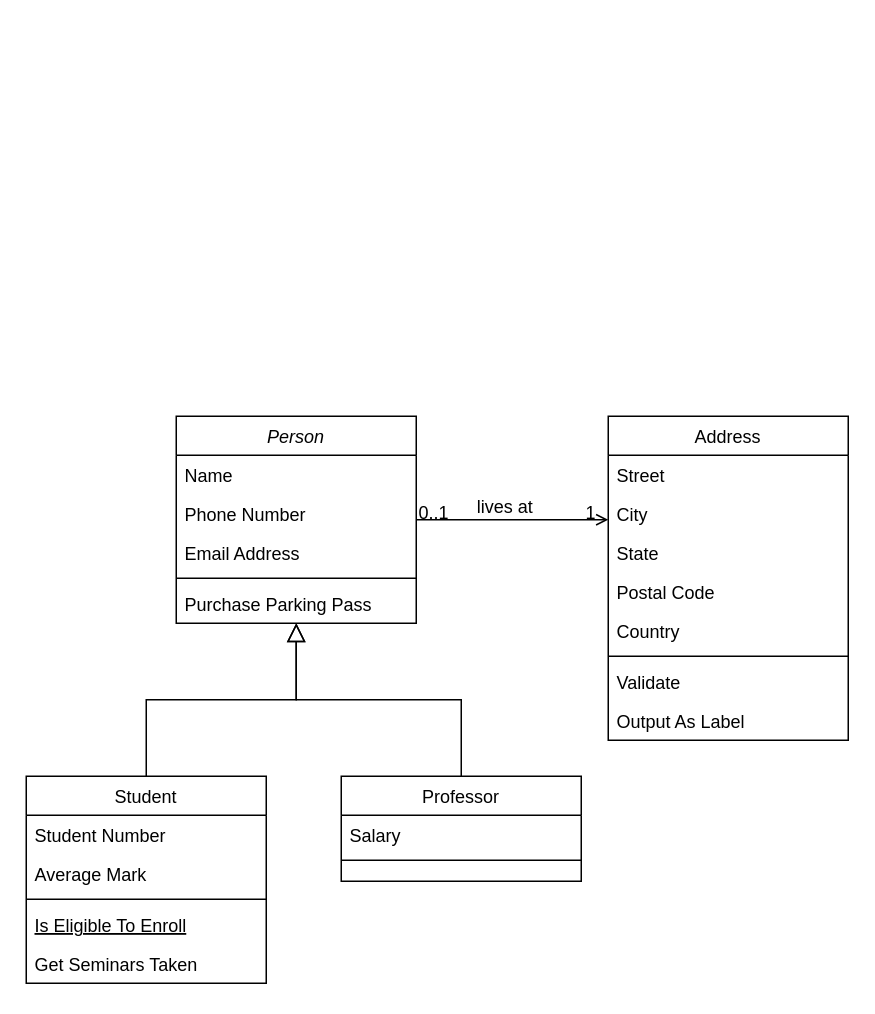
ABHINAV1418/uml keeps this draw.io diagram as Untitled Diagram.drawio. Above is the earlier version. Source tidied: cells renumbered, new cells numbered last; positions are measured from the earlier drawing's top-left corner, leaving out a move shared by most shapes. Both pictures are drawn from the tidied source at 150%, with x=0, y=0 at pixel (26, 416).
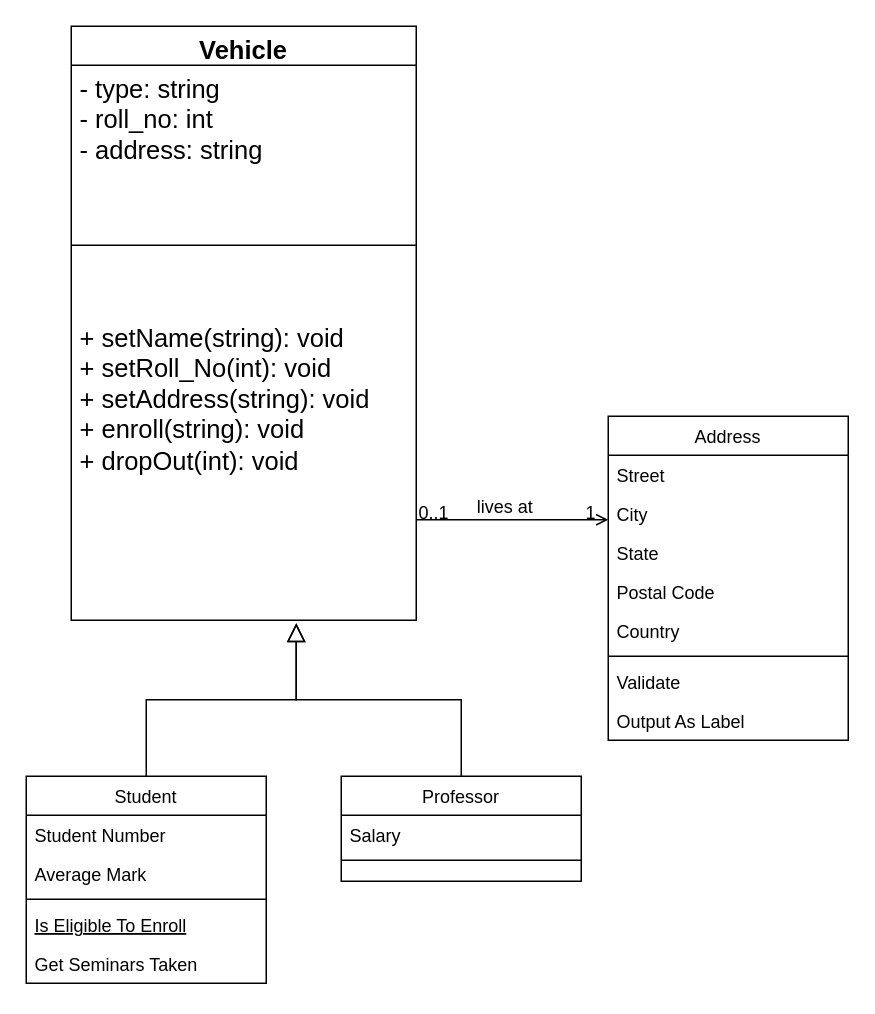
Above is the later version.

Unchanged cells that the change refers to:
```xml
<mxCell id="8" value="Student" style="swimlane;fontStyle=0;align=center;verticalAlign=top;horizontal=1;startSize=26;rounded=0;shadow=0;strokeWidth=1;" parent="1" vertex="1">
  <mxGeometry y="240" width="160" height="138" as="geometry" />
</mxCell>
<mxCell id="15" value="Professor" style="swimlane;fontStyle=0;align=center;verticalAlign=top;horizontal=1;startSize=26;rounded=0;shadow=0;strokeWidth=1;" parent="1" vertex="1">
  <mxGeometry x="210" y="240" width="160" height="70" as="geometry" />
</mxCell>
<mxCell id="19" value="Address" style="swimlane;fontStyle=0;align=center;verticalAlign=top;horizontal=1;startSize=26;rounded=0;shadow=0;strokeWidth=1;" parent="1" vertex="1">
  <mxGeometry x="388" width="160" height="216" as="geometry" />
</mxCell>
```

Diff of the diagram source:
```diff
@@
-    <mxCell id="2" value="Person" style="swimlane;fontStyle=2;align=center;verticalAlign=top;horizontal=1;startSize=26;rounded=0;shadow=0;strokeWidth=1;" parent="1" vertex="1">
-      <mxGeometry x="100" width="160" height="138" as="geometry" />
-    </mxCell>
-    <mxCell id="3" value="Name" style="text;align=left;verticalAlign=top;spacingLeft=4;spacingRight=4;overflow=hidden;" parent="2" vertex="1">
-      <mxGeometry y="26" width="160" height="26" as="geometry" />
-    </mxCell>
-    <mxCell id="4" value="Phone Number" style="text;align=left;verticalAlign=top;spacingLeft=4;spacingRight=4;overflow=hidden;rounded=0;shadow=0;html=0;" parent="2" vertex="1">
-      <mxGeometry y="52" width="160" height="26" as="geometry" />
-    </mxCell>
-    <mxCell id="5" value="Email Address" style="text;align=left;verticalAlign=top;spacingLeft=4;spacingRight=4;overflow=hidden;rounded=0;shadow=0;html=0;" parent="2" vertex="1">
-      <mxGeometry y="78" width="160" height="26" as="geometry" />
-    </mxCell>
-    <mxCell id="6" style="line;html=1;strokeWidth=1;align=left;verticalAlign=middle;spacingTop=-1;spacingLeft=3;spacingRight=3;labelPosition=right;" parent="2" vertex="1">
-      <mxGeometry y="104" width="160" height="8" as="geometry" />
-    </mxCell>
-    <mxCell id="7" value="Purchase Parking Pass" style="text;align=left;verticalAlign=top;spacingLeft=4;spacingRight=4;overflow=hidden;" parent="2" vertex="1">
-      <mxGeometry y="112" width="160" height="26" as="geometry" />
-    </mxCell>
@@
-    <mxCell id="14" style="endArrow=block;endSize=10;endFill=0;shadow=0;strokeWidth=1;rounded=0;curved=0;edgeStyle=elbowEdgeStyle;elbow=vertical;" parent="1" edge="1" source="8" target="2">
-      <mxGeometry relative="1" as="geometry" />
+    <mxCell id="14" style="endArrow=block;endSize=10;endFill=0;shadow=0;strokeWidth=1;rounded=0;curved=0;edgeStyle=elbowEdgeStyle;elbow=vertical;" parent="1" edge="1" source="8">
+      <mxGeometry relative="1" as="geometry">
+        <mxPoint x="180" y="138" as="targetPoint" />
+      </mxGeometry>
     </mxCell>
@@
-    <mxCell id="18" style="endArrow=block;endSize=10;endFill=0;shadow=0;strokeWidth=1;rounded=0;curved=0;edgeStyle=elbowEdgeStyle;elbow=vertical;" parent="1" edge="1" source="15" target="2">
-      <mxGeometry relative="1" as="geometry" />
+    <mxCell id="18" style="endArrow=block;endSize=10;endFill=0;shadow=0;strokeWidth=1;rounded=0;curved=0;edgeStyle=elbowEdgeStyle;elbow=vertical;" parent="1" edge="1" source="15">
+      <mxGeometry relative="1" as="geometry">
+        <mxPoint x="180" y="138" as="targetPoint" />
+      </mxGeometry>
     </mxCell>
@@
-    <mxCell id="28" style="endArrow=open;shadow=0;strokeWidth=1;rounded=0;curved=0;endFill=1;edgeStyle=elbowEdgeStyle;elbow=vertical;" parent="1" edge="1" source="2" target="19">
+    <mxCell id="28" style="endArrow=open;shadow=0;strokeWidth=1;rounded=0;curved=0;endFill=1;edgeStyle=elbowEdgeStyle;elbow=vertical;" parent="1" edge="1" target="19">
       <mxGeometry x="0.5" y="41" relative="1" as="geometry">
+        <mxPoint x="260" y="69" as="sourcePoint" />
         <mxPoint x="-40" y="32" as="offset" />
       </mxGeometry>
     </mxCell>
@@
+    <mxCell id="32" value="Vehicle" style="swimlane;fontStyle=1;align=center;verticalAlign=top;horizontal=1;startSize=26;whiteSpace=wrap;html=1;fontSize=17;" parent="1" vertex="1">
+      <mxGeometry x="30" y="-260" width="230" height="396" as="geometry" />
+    </mxCell>
+    <mxCell id="33" value="- type: string&lt;div&gt;- roll_no: int&lt;/div&gt;&lt;div&gt;- address: string&lt;/div&gt;&lt;div&gt;&lt;br&gt;&lt;/div&gt;" style="text;strokeColor=none;fillColor=none;align=left;verticalAlign=top;spacingLeft=4;spacingRight=4;overflow=hidden;whiteSpace=wrap;html=1;fontSize=17;" parent="32" vertex="1">
+      <mxGeometry y="26" width="230" height="74" as="geometry" />
+    </mxCell>
+    <mxCell id="34" style="line;strokeWidth=1;fillColor=none;align=left;verticalAlign=middle;spacingTop=-1;spacingLeft=3;spacingRight=3;labelPosition=right;strokeColor=inherit;fontSize=17;" parent="32" vertex="1">
+      <mxGeometry y="100" width="230" height="92" as="geometry" />
+    </mxCell>
+    <mxCell id="35" value="+ setName(string): void&lt;div&gt;+ setRoll_No(int): void&lt;/div&gt;&lt;div&gt;+ setAddress(string): void&lt;/div&gt;&lt;div&gt;+ enroll(string): void&lt;div&gt;+ dropOut(int): void&lt;br&gt;&lt;/div&gt;&lt;/div&gt;" style="text;strokeColor=none;fillColor=none;align=left;verticalAlign=top;spacingLeft=4;spacingRight=4;overflow=hidden;whiteSpace=wrap;html=1;fontSize=17;" parent="32" vertex="1">
+      <mxGeometry y="192" width="230" height="204" as="geometry" />
+    </mxCell>
```
